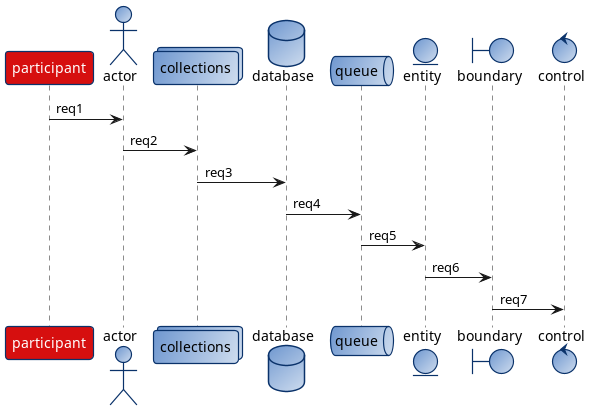
Earlier version of the PlantUML export _example/sequence.png (wizardjedi/a1s-plantuml-lib).
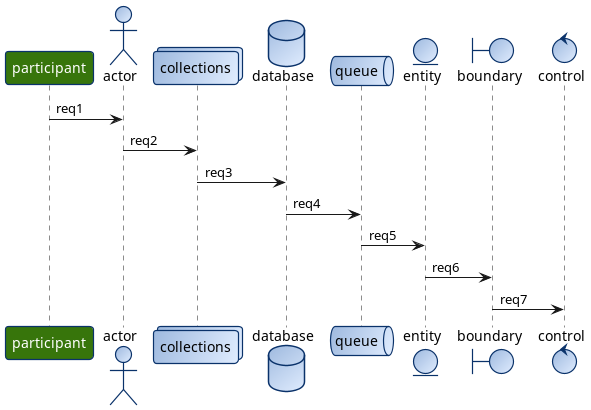
After the change.

Commit message:
+ Пересобрана sequence diagram

The edit, as a diff of the source:
```diff
@@ -4,7 +4,7 @@
 
 skinparam RoundCorner 7
 
-participant "<color:$CLR_WHITE>participant" as a1 $CLR_RED
+participant "<color:$CLR_WHITE>participant" as a1 $CLR_GREEN
 actor "actor" as a2
 collections "collections" as a3
 database "database" as a4
@@ -21,4 +21,6 @@
 a6 -> a7 : req6
 a7 -> a8 : req7
 
+
+
 @enduml
```
